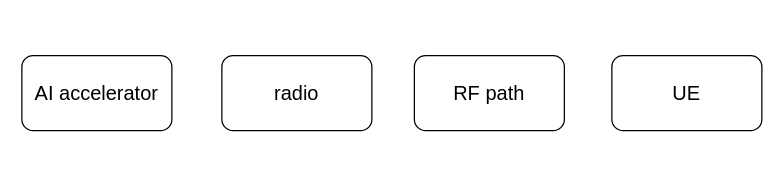
Above: spaice.drawio in JanThoemel/drawIO (draw.io), before the change. Source tidied: cells renumbered, new cells numbered last; positions are measured from the earlier drawing's top-left corner, leaving out a move shared by most shapes. Both pictures are drawn from the tidied source at 125%, with x=0, y=0 at pixel (21, 55).
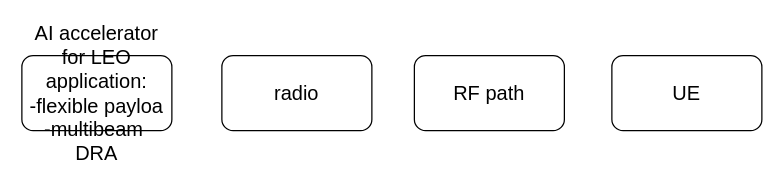
The same page after the edit.

Diff of the diagram source:
```diff
@@
 <mxGraphModel>
   <root>
     <mxCell id="0" />
     <mxCell id="1" parent="0" />
     <mxCell id="2" value="radio" style="rounded=1;whiteSpace=wrap;html=1;fontSize=16;" parent="1" vertex="1">
       <mxGeometry x="160" width="120" height="60" as="geometry" />
     </mxCell>
     <mxCell id="3" value="RF path" style="rounded=1;whiteSpace=wrap;html=1;fontSize=16;" parent="1" vertex="1">
       <mxGeometry x="314" width="120" height="60" as="geometry" />
     </mxCell>
     <mxCell id="4" value="UE" style="rounded=1;whiteSpace=wrap;html=1;fontSize=16;" parent="1" vertex="1">
       <mxGeometry x="472" width="120" height="60" as="geometry" />
     </mxCell>
-    <mxCell id="5" value="AI accelerator" style="rounded=1;whiteSpace=wrap;html=1;fontSize=16;" parent="1" vertex="1">
+    <mxCell id="5" value="AI accelerator&lt;br&gt;for LEO application:&lt;br&gt;&lt;div&gt;-flexible payloa&lt;/div&gt;&lt;div&gt;-multibeam&amp;nbsp; DRA&lt;br&gt;&lt;/div&gt;" style="rounded=1;whiteSpace=wrap;html=1;fontSize=16;" parent="1" vertex="1">
       <mxGeometry width="120" height="60" as="geometry" />
     </mxCell>
   </root>
 </mxGraphModel>
```
